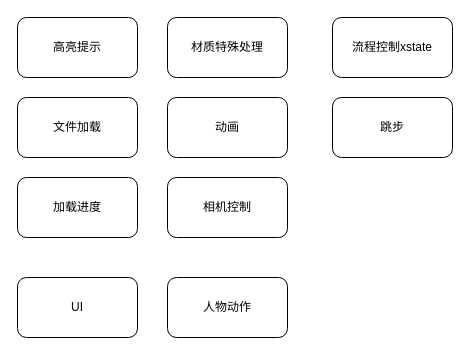
Before: 未命名绘图.drawio in Jinxishihenian/mind_mapping, a draw.io diagram. Source tidied: cells renumbered, new cells numbered last; positions are measured from the earlier drawing's top-left corner, leaving out a move shared by most shapes. Both pictures are drawn from the tidied source at 100%, with x=0, y=0 at pixel (17, 17).
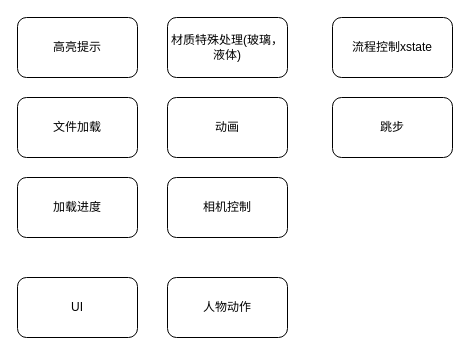
After the change.

Commit message (it also covers changes not shown here):
基础功能模块

Diff of the diagram source:
```diff
@@
 <mxGraphModel>
   <root>
     <mxCell id="0" />
     <mxCell id="1" parent="0" />
     <mxCell id="2" value="高亮提示" style="rounded=1;whiteSpace=wrap;html=1;" parent="1" vertex="1">
       <mxGeometry width="120" height="60" as="geometry" />
     </mxCell>
     <mxCell id="3" value="文件加载" style="rounded=1;whiteSpace=wrap;html=1;" parent="1" vertex="1">
       <mxGeometry y="80" width="120" height="60" as="geometry" />
     </mxCell>
     <mxCell id="4" value="加载进度" style="rounded=1;whiteSpace=wrap;html=1;" parent="1" vertex="1">
       <mxGeometry y="160" width="120" height="60" as="geometry" />
     </mxCell>
     <mxCell id="5" value="UI" style="rounded=1;whiteSpace=wrap;html=1;" parent="1" vertex="1">
       <mxGeometry y="260" width="120" height="60" as="geometry" />
     </mxCell>
-    <mxCell id="6" value="材质特殊处理" style="rounded=1;whiteSpace=wrap;html=1;" parent="1" vertex="1">
+    <mxCell id="6" value="材质特殊处理(玻璃，液体)" style="rounded=1;whiteSpace=wrap;html=1;" parent="1" vertex="1">
       <mxGeometry x="150" width="120" height="60" as="geometry" />
     </mxCell>
     <mxCell id="7" value="动画" style="rounded=1;whiteSpace=wrap;html=1;" parent="1" vertex="1">
       <mxGeometry x="150" y="80" width="120" height="60" as="geometry" />
     </mxCell>
     <mxCell id="8" value="相机控制" style="rounded=1;whiteSpace=wrap;html=1;" parent="1" vertex="1">
       <mxGeometry x="150" y="160" width="120" height="60" as="geometry" />
     </mxCell>
     <mxCell id="9" value="人物动作" style="rounded=1;whiteSpace=wrap;html=1;" parent="1" vertex="1">
       <mxGeometry x="150" y="260" width="120" height="60" as="geometry" />
     </mxCell>
     <mxCell id="10" value="流程控制xstate" style="rounded=1;whiteSpace=wrap;html=1;" parent="1" vertex="1">
       <mxGeometry x="315" width="120" height="60" as="geometry" />
     </mxCell>
     <mxCell id="11" value="跳步" style="rounded=1;whiteSpace=wrap;html=1;" parent="1" vertex="1">
       <mxGeometry x="315" y="80" width="120" height="60" as="geometry" />
     </mxCell>
   </root>
 </mxGraphModel>
```
